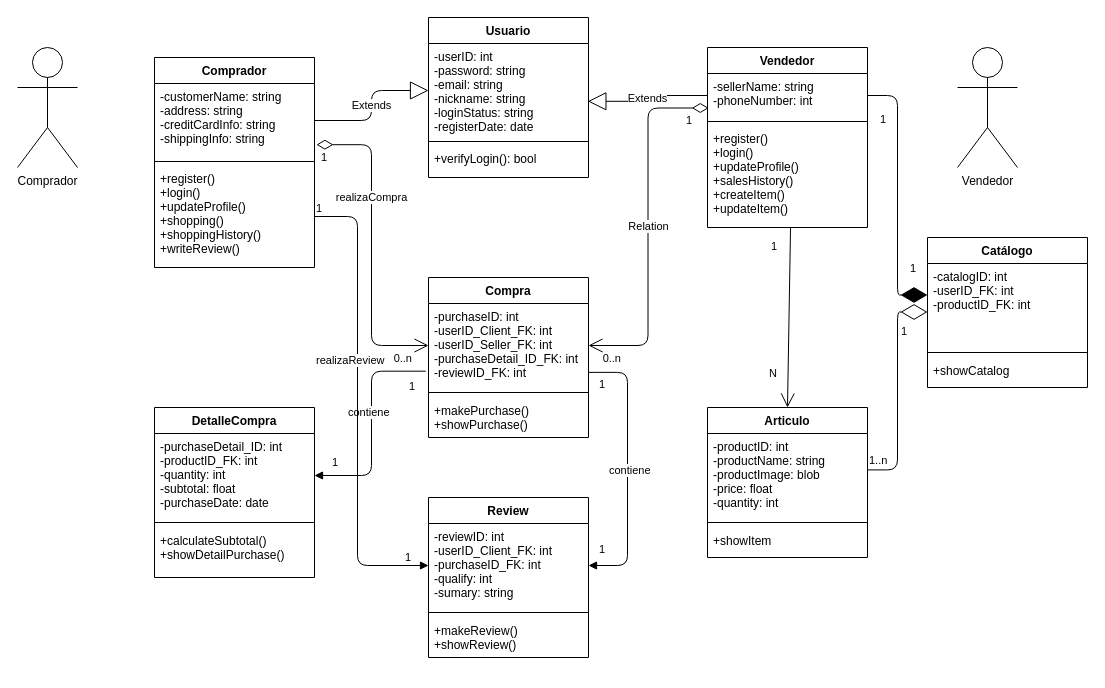
Earlier version of the draw.io diagram diagrama/Copy of Market_Place!.drawio (axelcoevas/Proyecto-DWFS-Equipo5). Source tidied: cells renumbered, new cells numbered last; positions are measured from the earlier drawing's top-left corner, leaving out a move shared by most shapes. Both pictures are drawn from the tidied source at 100%, with x=0, y=0 at pixel (17, 17).
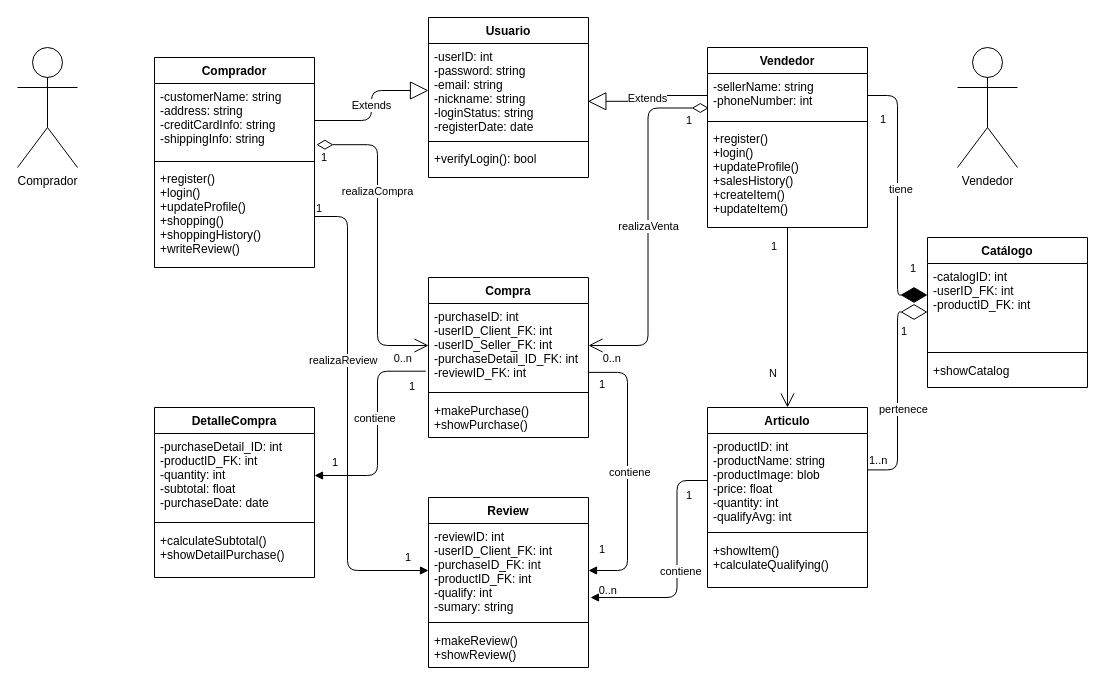
The same page after the edit.

The change refers to these unchanged cells:
```xml
<mxCell id="5" value="-customerName: string&#10;-address: string&#10;-creditCardInfo: string&#10;-shippingInfo: string" style="text;strokeColor=none;fillColor=none;align=left;verticalAlign=top;spacingLeft=4;spacingRight=4;overflow=hidden;points=[[0,0.5],[1,0.5]];portConstraint=eastwest;" parent="4" vertex="1">
  <mxGeometry y="26" width="160" height="74" as="geometry" />
</mxCell>
<mxCell id="7" value="+register()&#10;+login()&#10;+updateProfile()&#10;+shopping()&#10;+shoppingHistory()&#10;+writeReview()" style="text;strokeColor=none;fillColor=none;align=left;verticalAlign=top;spacingLeft=4;spacingRight=4;overflow=hidden;points=[[0,0.5],[1,0.5]];portConstraint=eastwest;" parent="4" vertex="1">
  <mxGeometry y="108" width="160" height="102" as="geometry" />
</mxCell>
<mxCell id="9" value="-sellerName: string&#10;-phoneNumber: int" style="text;strokeColor=none;fillColor=none;align=left;verticalAlign=top;spacingLeft=4;spacingRight=4;overflow=hidden;points=[[0,0.5],[1,0.5]];portConstraint=eastwest;" parent="8" vertex="1">
  <mxGeometry y="26" width="160" height="44" as="geometry" />
</mxCell>
<mxCell id="11" value="+register()&#10;+login()&#10;+updateProfile()&#10;+salesHistory()&#10;+createItem()&#10;+updateItem()" style="text;strokeColor=none;fillColor=none;align=left;verticalAlign=top;spacingLeft=4;spacingRight=4;overflow=hidden;points=[[0,0.5],[1,0.5]];portConstraint=eastwest;" parent="8" vertex="1">
  <mxGeometry y="78" width="160" height="102" as="geometry" />
</mxCell>
<mxCell id="19" value="-purchaseID: int&#10;-userID_Client_FK: int&#10;-userID_Seller_FK: int&#10;-purchaseDetail_ID_FK: int&#10;-reviewID_FK: int" style="text;strokeColor=none;fillColor=none;align=left;verticalAlign=top;spacingLeft=4;spacingRight=4;overflow=hidden;points=[[0,0.5],[1,0.5]];portConstraint=eastwest;" parent="18" vertex="1">
  <mxGeometry y="26" width="160" height="84" as="geometry" />
</mxCell>
<mxCell id="27" value="-purchaseDetail_ID: int&#10;-productID_FK: int&#10;-quantity: int&#10;-subtotal: float&#10;-purchaseDate: date" style="text;strokeColor=none;fillColor=none;align=left;verticalAlign=top;spacingLeft=4;spacingRight=4;overflow=hidden;points=[[0,0.5],[1,0.5]];portConstraint=eastwest;" parent="26" vertex="1">
  <mxGeometry y="26" width="160" height="84" as="geometry" />
</mxCell>
```

Diff of the diagram source:
```diff
@@
-    <mxCell id="23" style="endArrow=open;endFill=1;endSize=12;html=1;entryX=0.5;entryY=0;entryDx=0;entryDy=0;exitX=0.519;exitY=0.998;exitDx=0;exitDy=0;exitPerimeter=0;" parent="1" edge="1" source="11" target="42">
+    <mxCell id="23" style="endArrow=open;endFill=1;endSize=12;html=1;entryX=0.5;entryY=0;entryDx=0;entryDy=0;" parent="1" edge="1" source="11" target="42">
       <mxGeometry relative="1" as="geometry" />
     </mxCell>
@@
-    <mxCell id="30" value="Relation" style="endArrow=open;html=1;endSize=12;startArrow=diamondThin;startSize=14;startFill=0;edgeStyle=orthogonalEdgeStyle;entryX=1;entryY=0.5;entryDx=0;entryDy=0;exitX=0.008;exitY=0.784;exitDx=0;exitDy=0;exitPerimeter=0;" parent="1" edge="1" source="9" target="19">
+    <mxCell id="30" value="realizaVenta" style="endArrow=open;html=1;endSize=12;startArrow=diamondThin;startSize=14;startFill=0;edgeStyle=orthogonalEdgeStyle;entryX=1;entryY=0.5;entryDx=0;entryDy=0;exitX=0.008;exitY=0.784;exitDx=0;exitDy=0;exitPerimeter=0;" parent="1" edge="1" source="9" target="19">
       <mxGeometry relative="1" as="geometry" />
     </mxCell>
@@
     <mxCell id="33" value="realizaCompra" style="endArrow=open;html=1;endSize=12;startArrow=diamondThin;startSize=14;startFill=0;edgeStyle=orthogonalEdgeStyle;entryX=0;entryY=0.5;entryDx=0;entryDy=0;exitX=1.012;exitY=0.827;exitDx=0;exitDy=0;exitPerimeter=0;" parent="1" edge="1" source="5" target="19">
-      <mxGeometry x="-0.31" relative="1" as="geometry" />
+      <mxGeometry x="-0.31" relative="1" as="geometry">
+        <Array as="points">
+          <mxPoint x="360" y="127" />
+          <mxPoint x="360" y="328" />
+        </Array>
+      </mxGeometry>
     </mxCell>
@@
     <mxCell id="40" value="contiene" style="endArrow=block;endFill=1;html=1;edgeStyle=orthogonalEdgeStyle;align=left;verticalAlign=top;exitX=-0.017;exitY=0.806;exitDx=0;exitDy=0;exitPerimeter=0;" parent="1" edge="1" source="19" target="27">
-      <mxGeometry x="-0.23" y="-25" relative="1" as="geometry" />
+      <mxGeometry x="-0.23" y="-25" relative="1" as="geometry">
+        <Array as="points">
+          <mxPoint x="360" y="354" />
+          <mxPoint x="360" y="458" />
+        </Array>
+      </mxGeometry>
     </mxCell>
@@
     <mxCell id="42" value="Articulo" style="swimlane;fontStyle=1;align=center;verticalAlign=top;horizontal=1;startSize=26;" parent="1" vertex="1">
-      <mxGeometry x="690" y="390" width="160" height="150" as="geometry" />
+      <mxGeometry x="690" y="390" width="160" height="180" as="geometry" />
     </mxCell>
-    <mxCell id="43" value="-productID: int&#10;-productName: string&#10;-productImage: blob&#10;-price: float&#10;-quantity: int" style="text;strokeColor=none;fillColor=none;align=left;verticalAlign=top;spacingLeft=4;spacingRight=4;overflow=hidden;points=[[0,0.5],[1,0.5]];portConstraint=eastwest;" parent="42" vertex="1">
-      <mxGeometry y="26" width="160" height="84" as="geometry" />
+    <mxCell id="43" value="-productID: int&#10;-productName: string&#10;-productImage: blob&#10;-price: float&#10;-quantity: int&#10;-qualifyAvg: int" style="text;strokeColor=none;fillColor=none;align=left;verticalAlign=top;spacingLeft=4;spacingRight=4;overflow=hidden;points=[[0,0.5],[1,0.5]];portConstraint=eastwest;" parent="42" vertex="1">
+      <mxGeometry y="26" width="160" height="94" as="geometry" />
     </mxCell>
     <mxCell id="44" style="line;strokeWidth=1;fillColor=none;align=left;verticalAlign=middle;spacingTop=-1;spacingLeft=3;spacingRight=3;labelPosition=right;" parent="42" vertex="1">
-      <mxGeometry y="110" width="160" height="10" as="geometry" />
+      <mxGeometry y="120" width="160" height="10" as="geometry" />
     </mxCell>
-    <mxCell id="45" value="+showItem" style="text;strokeColor=none;fillColor=none;align=left;verticalAlign=top;spacingLeft=4;spacingRight=4;overflow=hidden;" parent="42" vertex="1">
-      <mxGeometry y="120" width="160" height="30" as="geometry" />
+    <mxCell id="45" value="+showItem()&#10;+calculateQualifying()" style="text;strokeColor=none;fillColor=none;align=left;verticalAlign=top;spacingLeft=4;spacingRight=4;overflow=hidden;" parent="42" vertex="1">
+      <mxGeometry y="130" width="160" height="50" as="geometry" />
     </mxCell>
@@
     <mxCell id="52" value="Review" style="swimlane;fontStyle=1;align=center;verticalAlign=top;horizontal=1;startSize=26;" parent="1" vertex="1">
-      <mxGeometry x="411" y="480" width="160" height="160" as="geometry" />
+      <mxGeometry x="411" y="480" width="160" height="170" as="geometry" />
     </mxCell>
-    <mxCell id="53" value="-reviewID: int&#10;-userID_Client_FK: int&#10;-purchaseID_FK: int&#10;-qualify: int&#10;-sumary: string" style="text;strokeColor=none;fillColor=none;align=left;verticalAlign=top;spacingLeft=4;spacingRight=4;overflow=hidden;points=[[0,0.5],[1,0.5]];portConstraint=eastwest;" parent="52" vertex="1">
-      <mxGeometry y="26" width="160" height="84" as="geometry" />
+    <mxCell id="53" value="-reviewID: int&#10;-userID_Client_FK: int&#10;-purchaseID_FK: int&#10;-productID_FK: int&#10;-qualify: int&#10;-sumary: string" style="text;strokeColor=none;fillColor=none;align=left;verticalAlign=top;spacingLeft=4;spacingRight=4;overflow=hidden;points=[[0,0.5],[1,0.5]];portConstraint=eastwest;" parent="52" vertex="1">
+      <mxGeometry y="26" width="160" height="94" as="geometry" />
     </mxCell>
     <mxCell id="54" style="line;strokeWidth=1;fillColor=none;align=left;verticalAlign=middle;spacingTop=-1;spacingLeft=3;spacingRight=3;labelPosition=right;" parent="52" vertex="1">
-      <mxGeometry y="110" width="160" height="10" as="geometry" />
+      <mxGeometry y="120" width="160" height="10" as="geometry" />
     </mxCell>
     <mxCell id="55" value="+makeReview()&#10;+showReview()" style="text;strokeColor=none;fillColor=none;align=left;verticalAlign=top;spacingLeft=4;spacingRight=4;overflow=hidden;" parent="52" vertex="1">
-      <mxGeometry y="120" width="160" height="40" as="geometry" />
+      <mxGeometry y="130" width="160" height="40" as="geometry" />
     </mxCell>
@@
     <mxCell id="59" value="realizaReview" style="endArrow=block;endFill=1;html=1;edgeStyle=elbowEdgeStyle;align=left;verticalAlign=top;exitX=1;exitY=0.5;exitDx=0;exitDy=0;entryX=0;entryY=0.5;entryDx=0;entryDy=0;" parent="1" edge="1" source="7" target="53">
-      <mxGeometry x="-0.25" y="-43" relative="1" as="geometry">
+      <mxGeometry x="-0.3" y="-40" relative="1" as="geometry">
         <Array as="points">
-          <mxPoint x="340" y="370" />
+          <mxPoint x="330" y="380" />
         </Array>
       </mxGeometry>
     </mxCell>
@@
+    <mxCell id="62" value="contiene" style="endArrow=block;endFill=1;html=1;edgeStyle=elbowEdgeStyle;align=left;verticalAlign=top;exitX=0;exitY=0.5;exitDx=0;exitDy=0;" parent="1" edge="1" source="43">
+      <mxGeometry x="-0.08" y="-19" relative="1" as="geometry">
+        <mxPoint x="573" y="580" as="targetPoint" />
+        <Array as="points">
+          <mxPoint x="659.5" y="565.1" />
+        </Array>
+      </mxGeometry>
+    </mxCell>
+    <mxCell id="63" value="tiene" style="edgeLabel;html=1;align=left;verticalAlign=bottom;" parent="62" vertex="1">
+      <mxGeometry x="-1" relative="1" as="geometry">
+        <mxPoint x="180" y="-283" as="offset" />
+      </mxGeometry>
+    </mxCell>
+    <mxCell id="64" value="0..n" style="edgeLabel;html=1;align=right;verticalAlign=top;" parent="1" vertex="1">
+      <mxGeometry x="600" y="560" as="geometry" />
+    </mxCell>
+    <mxCell id="65" value="1" style="edgeLabel;html=1;align=left;verticalAlign=bottom;" parent="1" vertex="1">
+      <mxGeometry x="590" y="550" as="geometry">
+        <mxPoint x="77" y="-64" as="offset" />
+      </mxGeometry>
+    </mxCell>
+    <mxCell id="66" value="pertenece" style="edgeLabel;html=1;align=left;verticalAlign=bottom;" parent="1" vertex="1">
+      <mxGeometry x="860" y="400" as="geometry" />
+    </mxCell>
```
